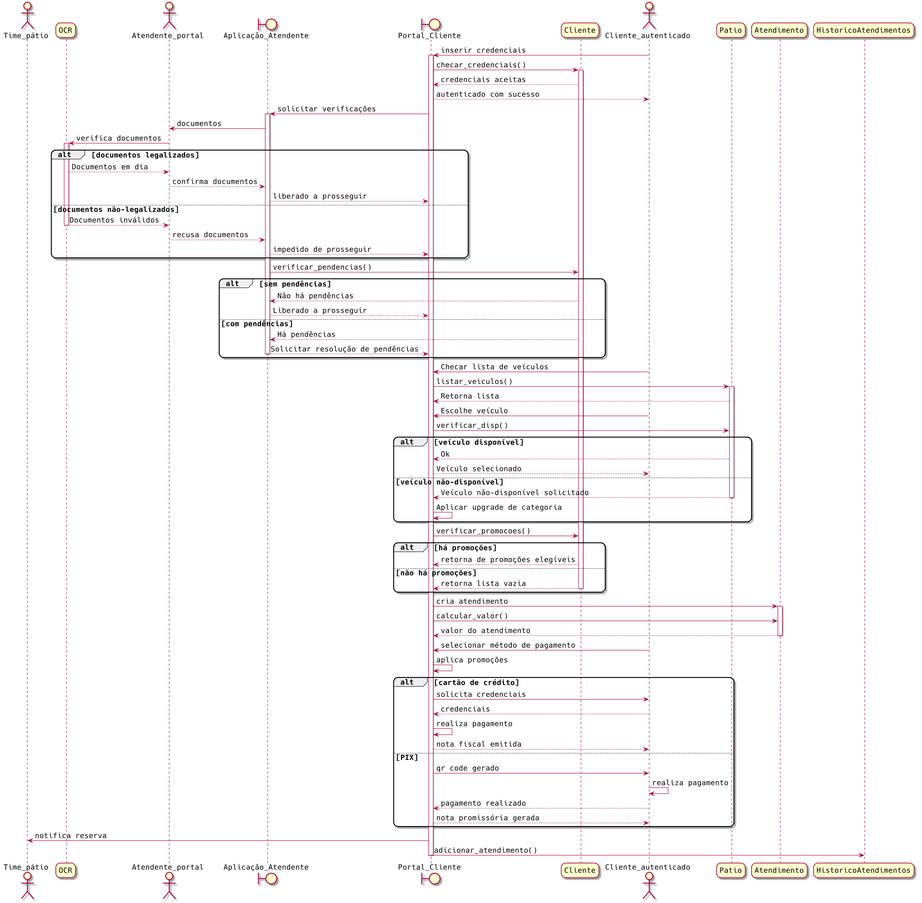
sociedade-do-pastel/vl keeps this PlantUML diagram as images/sequence_diagram_locOn.png. Above is the earlier version. The source it was exported from:
```plantuml
@startuml
  scale 1.5
  skinparam roundcorner 20
  skinparam classAttributeIconSize 12
  skinparam defaultFontSize 16
  skinparam defaultFontName Hack

actor Time_pátio as patime
participant OCR
actor Atendente_portal as aportal
boundary Aplicação_Atendente as apendente
boundary Portal_Cliente as apliente
participant Cliente
actor Cliente_autenticado as clator
participant Patio
participant Atendimento
participant HistoricoAtendimentos

clator -> apliente: inserir credenciais
activate apliente
apliente -> Cliente: checar_credenciais()
activate Cliente
Cliente --> apliente: credenciais aceitas
apliente --> clator: autenticado com sucesso
apliente -> apendente: solicitar verificações
activate apendente
apendente -> aportal: documentos
aportal -> OCR: verifica documentos
activate OCR

alt documentos legalizados

    aportal <-- OCR: Documentos em dia
    aportal --> apendente: confirma documentos
    apendente --> apliente: liberado a prosseguir

else documentos não-legalizados

    aportal <-- OCR: Documentos inválidos
    deactivate OCR
    aportal --> apendente: recusa documentos
    apendente --> apliente: impedido de prosseguir

end

apendente -> Cliente: verificar_pendencias()

alt sem pendências

    apendente <-- Cliente: Não há pendências
    apliente <-- apendente: Liberado a prosseguir

else com pendências

    apendente <-- Cliente: Há pendências
    apliente <-- apendente: Solicitar resolução de pendências
    deactivate apendente

end

clator -> apliente: Checar lista de veículos
apliente -> Patio: listar_veiculos()
activate Patio
Patio --> apliente: Retorna lista
clator -> apliente: Escolhe veículo
apliente -> Patio: verificar_disp()

alt veículo disponível

    Patio --> apliente: Ok
    apliente --> clator: Veículo selecionado

else veículo não-disponível

    Patio --> apliente: Veículo não-disponível solicitado
    deactivate Patio
    apliente -> apliente: Aplicar upgrade de categoria

end

apliente -> Cliente: verificar_promocoes()

alt há promoções

    Cliente --> apliente: retorna de promoções elegíveis

else não há promoções

    Cliente --> apliente: retorna lista vazia
    deactivate Cliente

end

apliente -> Atendimento: cria atendimento
activate Atendimento
apliente -> Atendimento: calcular_valor()
Atendimento --> apliente: valor do atendimento
deactivate Atendimento

clator -> apliente: selecionar método de pagamento
apliente -> apliente: aplica promoções

alt cartão de crédito

    apliente -> clator: solicita credenciais
    clator --> apliente: credenciais
    apliente -> apliente: realiza pagamento
    apliente --> clator: nota fiscal emitida

else PIX

    apliente -> clator: qr code gerado
    clator -> clator: realiza pagamento
    clator --> apliente: pagamento realizado
    apliente --> clator: nota promissória gerada

end

apliente -> patime: notifica reserva

apliente -> HistoricoAtendimentos: adicionar_atendimento()
deactivate apliente
@enduml
```
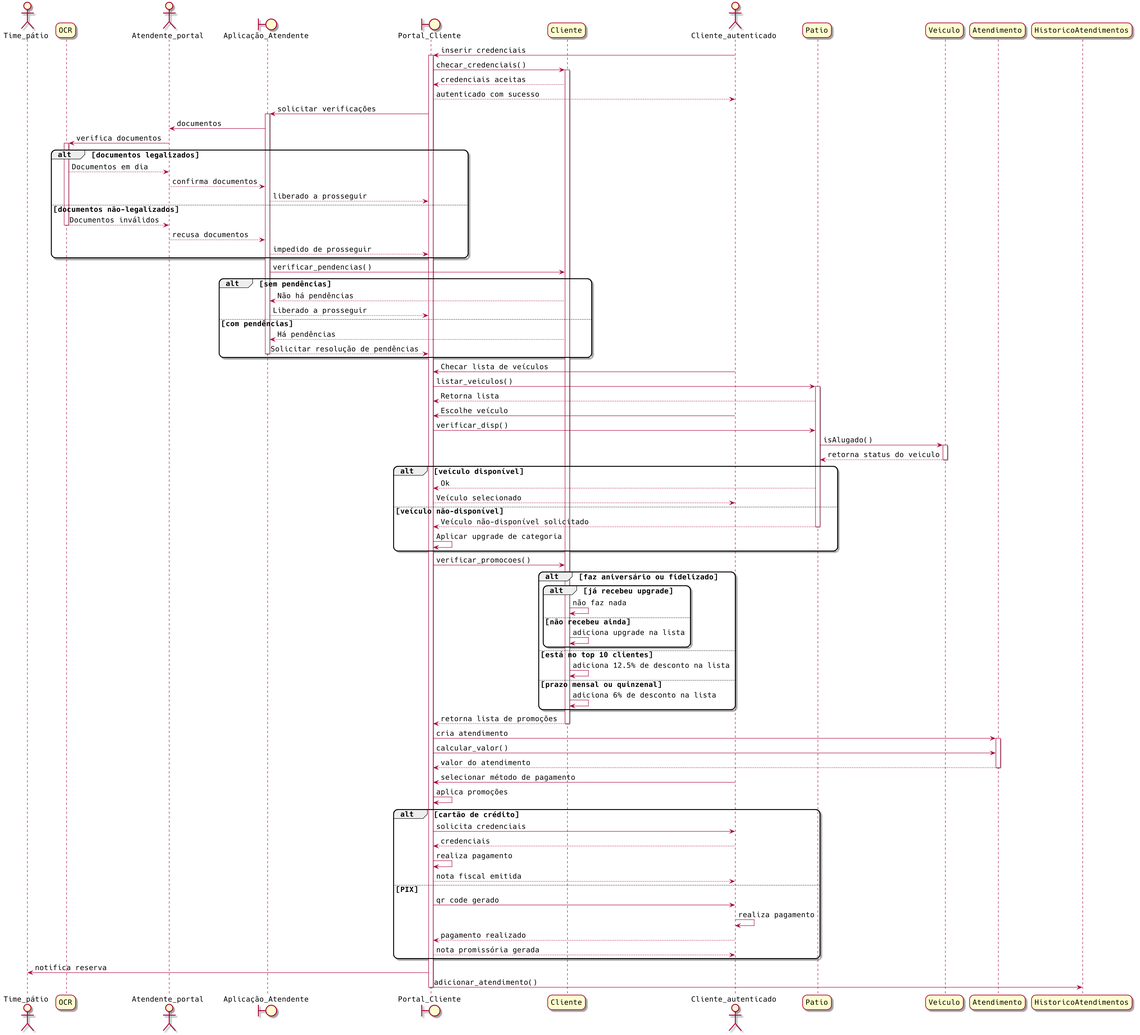
The same file after the commit.

Commit message:
Corrigido diagramas de sequência de locações

Change to the diagram source:
```diff
@@ -13,6 +13,7 @@
 participant Cliente
 actor Cliente_autenticado as clator
 participant Patio
+participant Veiculo
 participant Atendimento
 participant HistoricoAtendimentos
 
@@ -64,6 +65,10 @@
 Patio --> apliente: Retorna lista
 clator -> apliente: Escolhe veículo
 apliente -> Patio: verificar_disp()
+Patio -> Veiculo: isAlugado()
+activate Veiculo
+Veiculo --> Patio: retorna status do veiculo
+deactivate Veiculo
 
 alt veículo disponível
 
@@ -80,17 +85,29 @@
 
 apliente -> Cliente: verificar_promocoes()
 
-alt há promoções
+alt faz aniversário ou fidelizado
 
-    Cliente --> apliente: retorna de promoções elegíveis
+    alt já recebeu upgrade
 
-else não há promoções
+        Cliente -> Cliente: não faz nada
 
-    Cliente --> apliente: retorna lista vazia
-    deactivate Cliente
+    else não recebeu ainda
+
+         Cliente -> Cliente: adiciona upgrade na lista
+    end
+
+else está no top 10 clientes
+
+     Cliente -> Cliente: adiciona 12.5% de desconto na lista
+
+else prazo mensal ou quinzenal
+
+     Cliente -> Cliente: adiciona 6% de desconto na lista
 
 end
 
+Cliente --> apliente: retorna lista de promoções
+deactivate Cliente
 apliente -> Atendimento: cria atendimento
 activate Atendimento
 apliente -> Atendimento: calcular_valor()
```
